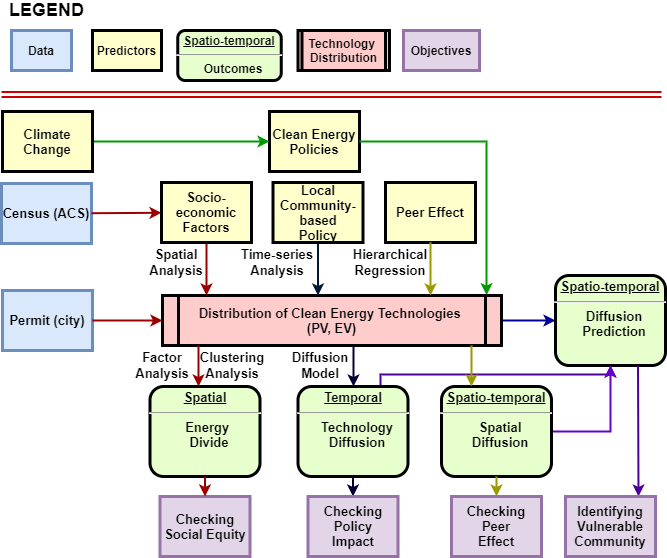
Earlier version of the draw.io export docs/Diffusion.png (reconjohn/solar). Source tidied: cells renumbered, new cells last; positions are measured from the earlier drawing's top-left corner, leaving out a move shared by most shapes.
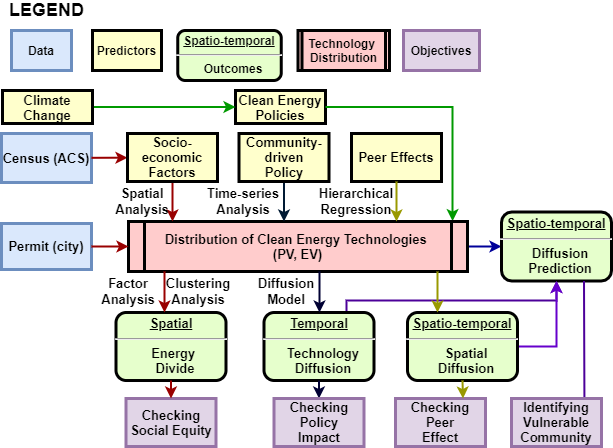
Later version of the same file.

Diff of the diagram source:
```diff
@@ -3,10 +3,10 @@
     <mxCell id="0" />
     <mxCell id="1" parent="0" />
     <mxCell id="2" value="Clean Energy&#10;Policies" style="whiteSpace=wrap;align=center;verticalAlign=middle;fontStyle=1;strokeWidth=3;fillColor=#FFFFCC;fontSize=13;" parent="1" vertex="1">
-      <mxGeometry x="268" y="111" width="90" height="60" as="geometry" />
+      <mxGeometry x="234" y="90" width="90" height="33" as="geometry" />
     </mxCell>
     <mxCell id="3" value="Census (ACS)" style="whiteSpace=wrap;align=center;verticalAlign=middle;fontStyle=1;strokeWidth=3;fillColor=#dae8fc;strokeColor=#6c8ebf;fontSize=13;" parent="1" vertex="1">
-      <mxGeometry y="183" width="90" height="60" as="geometry" />
+      <mxGeometry y="133" width="90" height="49" as="geometry" />
     </mxCell>
     <mxCell id="4" style="edgeStyle=orthogonalEdgeStyle;rounded=0;jettySize=auto;html=1;startArrow=classic;startFill=1;endArrow=none;endFill=0;strokeColor=#009900;entryX=1;entryY=0.5;entryDx=0;entryDy=0;strokeWidth=2;exitX=0.956;exitY=-0.008;exitDx=0;exitDy=0;exitPerimeter=0;" parent="1" edge="1" source="6" target="2">
       <mxGeometry relative="1" as="geometry" />
@@ -15,19 +15,19 @@
       <mxGeometry relative="1" as="geometry" />
     </mxCell>
     <mxCell id="6" value="Distribution of Clean Energy Technologies &#10;(PV, EV)" style="shape=process;whiteSpace=wrap;align=center;verticalAlign=middle;size=0.0475;fontStyle=1;strokeWidth=3;fillColor=#FFCCCC;fontSize=13;" parent="1" vertex="1">
-      <mxGeometry x="161" y="295" width="339" height="50" as="geometry" />
+      <mxGeometry x="127" y="221" width="339" height="50" as="geometry" />
     </mxCell>
     <mxCell id="7" value="&lt;p style=&quot;margin: 4px 0px 0px ; text-align: center ; text-decoration: underline ; font-size: 13px&quot;&gt;&lt;strong style=&quot;font-size: 13px&quot;&gt;Spatio-temporal&lt;/strong&gt;&lt;/p&gt;&lt;hr style=&quot;font-size: 13px&quot;&gt;&lt;p style=&quot;margin: 0px 0px 0px 8px ; font-size: 13px&quot;&gt;Diffusion&lt;/p&gt;&lt;p style=&quot;margin: 0px 0px 0px 8px ; font-size: 13px&quot;&gt;Prediction&lt;/p&gt;" style="verticalAlign=middle;align=center;overflow=fill;fontSize=13;fontFamily=Helvetica;html=1;rounded=1;fontStyle=1;strokeWidth=3;fillColor=#E6FFCC;" parent="1" vertex="1">
-      <mxGeometry x="554" y="275" width="110" height="90" as="geometry" />
+      <mxGeometry x="500" y="211.5" width="110" height="69" as="geometry" />
     </mxCell>
     <mxCell id="8" value="&lt;p style=&quot;margin: 4px 0px 0px; text-align: center; text-decoration: underline; font-size: 13px;&quot;&gt;&lt;strong style=&quot;font-size: 13px;&quot;&gt;Spatial&lt;/strong&gt;&lt;/p&gt;&lt;hr style=&quot;font-size: 13px;&quot;&gt;&lt;p style=&quot;margin: 0px 0px 0px 8px; font-size: 13px;&quot;&gt;Energy&amp;nbsp;&lt;/p&gt;&lt;p style=&quot;margin: 0px 0px 0px 8px; font-size: 13px;&quot;&gt;Divide&lt;/p&gt;" style="verticalAlign=middle;align=center;overflow=fill;fontSize=13;fontFamily=Helvetica;html=1;rounded=1;fontStyle=1;strokeWidth=3;fillColor=#E6FFCC;" parent="1" vertex="1">
-      <mxGeometry x="148.5" y="386" width="110" height="90" as="geometry" />
+      <mxGeometry x="114.5" y="312" width="110" height="68" as="geometry" />
     </mxCell>
-    <mxCell id="9" value="Peer Effect" style="whiteSpace=wrap;align=center;verticalAlign=middle;fontStyle=1;strokeWidth=3;fillColor=#FFFFCC;fontSize=13;" parent="1" vertex="1">
-      <mxGeometry x="384" y="182" width="90" height="60" as="geometry" />
+    <mxCell id="9" value="Peer Effects" style="whiteSpace=wrap;align=center;verticalAlign=middle;fontStyle=1;strokeWidth=3;fillColor=#FFFFCC;fontSize=13;" parent="1" vertex="1">
+      <mxGeometry x="350" y="133" width="90" height="48" as="geometry" />
     </mxCell>
     <mxCell id="10" value="Checking&#10;Social Equity" style="whiteSpace=wrap;align=center;verticalAlign=middle;fontStyle=1;strokeWidth=3;fillColor=#e1d5e7;strokeColor=#9673a6;fontSize=13;" parent="1" vertex="1">
-      <mxGeometry x="158.5" y="496" width="90" height="60" as="geometry" />
+      <mxGeometry x="124.5" y="398" width="90" height="48" as="geometry" />
     </mxCell>
     <mxCell id="11" style="edgeStyle=none;noEdgeStyle=1;strokeColor=#990000;strokeWidth=2;" parent="1" edge="1" source="3" target="41">
       <mxGeometry relative="1" as="geometry" />
@@ -35,13 +35,13 @@
     <mxCell id="12" style="edgeStyle=orthogonalEdgeStyle;rounded=0;jettySize=auto;html=1;startArrow=none;startFill=0;endArrow=classic;endFill=1;strokeColor=#4C0099;strokeWidth=2;exitX=0.75;exitY=0;exitDx=0;exitDy=0;entryX=0.5;entryY=1;entryDx=0;entryDy=0;" parent="1" edge="1" source="13" target="7">
       <mxGeometry relative="1" as="geometry">
         <Array as="points">
-          <mxPoint x="379" y="374" />
-          <mxPoint x="609" y="374" />
+          <mxPoint x="345" y="300" />
+          <mxPoint x="555" y="300" />
         </Array>
       </mxGeometry>
     </mxCell>
     <mxCell id="13" value="&lt;p style=&quot;margin: 4px 0px 0px; text-align: center; text-decoration: underline; font-size: 13px;&quot;&gt;&lt;strong style=&quot;font-size: 13px;&quot;&gt;Temporal&lt;/strong&gt;&lt;/p&gt;&lt;hr style=&quot;font-size: 13px;&quot;&gt;&lt;p style=&quot;margin: 0px 0px 0px 8px; font-size: 13px;&quot;&gt;Technology&lt;/p&gt;&lt;p style=&quot;margin: 0px 0px 0px 8px; font-size: 13px;&quot;&gt;Diffusion&lt;/p&gt;" style="verticalAlign=middle;align=center;overflow=fill;fontSize=13;fontFamily=Helvetica;html=1;rounded=1;fontStyle=1;strokeWidth=3;fillColor=#E6FFCC;" parent="1" vertex="1">
-      <mxGeometry x="296.5" y="386" width="110" height="90" as="geometry" />
+      <mxGeometry x="262.5" y="312" width="110" height="68" as="geometry" />
     </mxCell>
     <mxCell id="14" style="endArrow=none;noEdgeStyle=1;strokeColor=#000033;strokeWidth=2;endFill=0;startArrow=classic;startFill=1;exitX=0.5;exitY=0;exitDx=0;exitDy=0;" parent="1" edge="1" source="28" target="13">
       <mxGeometry relative="1" as="geometry" />
@@ -50,78 +50,75 @@
       <mxGeometry relative="1" as="geometry" />
     </mxCell>
     <mxCell id="16" value="Spatial &#10;Analysis" style="text;spacingTop=-5;align=center;fontStyle=1;fontSize=13;" parent="1" vertex="1">
-      <mxGeometry x="160" y="245" width="30" height="20" as="geometry" />
+      <mxGeometry x="126" y="184" width="30" height="20" as="geometry" />
     </mxCell>
     <mxCell id="17" style="edgeStyle=elbowEdgeStyle;elbow=horizontal;strokeColor=#999900;strokeWidth=2;endArrow=none;endFill=0;startArrow=classic;startFill=1;" parent="1" edge="1" source="6" target="9">
       <mxGeometry relative="1" as="geometry" />
     </mxCell>
     <mxCell id="18" value="Hierarchical &#10;Regression" style="text;spacingTop=-5;align=center;fontStyle=1;fontSize=13;" parent="1" vertex="1">
-      <mxGeometry x="374" y="245" width="30" height="20" as="geometry" />
+      <mxGeometry x="340" y="184" width="30" height="20" as="geometry" />
     </mxCell>
     <mxCell id="19" style="edgeStyle=elbowEdgeStyle;elbow=vertical;strokeColor=#990000;strokeWidth=2;" parent="1" edge="1" source="8" target="10">
       <mxGeometry relative="1" as="geometry" />
     </mxCell>
     <mxCell id="20" style="edgeStyle=elbowEdgeStyle;elbow=horizontal;strokeColor=#000033;strokeWidth=2;startArrow=none;startFill=0;endArrow=classic;endFill=1;" parent="1" edge="1" target="13">
       <mxGeometry relative="1" as="geometry">
-        <mxPoint x="352" y="345" as="sourcePoint" />
+        <mxPoint x="318" y="271" as="sourcePoint" />
         <Array as="points">
-          <mxPoint x="352" y="374" />
+          <mxPoint x="318" y="300" />
         </Array>
       </mxGeometry>
     </mxCell>
     <mxCell id="21" value="Clustering&#10;Analysis" style="text;spacingTop=-5;align=center;fontStyle=1;fontSize=13;" parent="1" vertex="1">
-      <mxGeometry x="216" y="348" width="30" height="20" as="geometry" />
+      <mxGeometry x="182" y="274" width="30" height="20" as="geometry" />
     </mxCell>
     <mxCell id="22" value="Factor&#10;Analysis" style="text;spacingTop=-5;align=center;fontStyle=1;fontSize=13;" parent="1" vertex="1">
-      <mxGeometry x="146" y="348" width="30" height="20" as="geometry" />
+      <mxGeometry x="112" y="274" width="30" height="20" as="geometry" />
     </mxCell>
     <mxCell id="23" style="edgeStyle=elbowEdgeStyle;elbow=horizontal;strokeColor=#990000;strokeWidth=2;startArrow=classic;startFill=1;endArrow=none;endFill=0;" parent="1" edge="1" source="8">
       <mxGeometry relative="1" as="geometry">
-        <mxPoint x="197" y="345" as="targetPoint" />
+        <mxPoint x="163" y="271" as="targetPoint" />
         <Array as="points">
-          <mxPoint x="197" y="374" />
+          <mxPoint x="163" y="300" />
         </Array>
       </mxGeometry>
     </mxCell>
     <mxCell id="24" value="Time-series&#10;Analysis" style="text;spacingTop=-5;align=center;fontStyle=1;fontSize=13;" parent="1" vertex="1">
-      <mxGeometry x="261" y="245" width="30" height="20" as="geometry" />
+      <mxGeometry x="227" y="184" width="30" height="20" as="geometry" />
     </mxCell>
     <mxCell id="25" value="Diffusion&#10;Model" style="text;spacingTop=-5;align=center;fontStyle=1;fontSize=13;" parent="1" vertex="1">
-      <mxGeometry x="304" y="348" width="30" height="20" as="geometry" />
+      <mxGeometry x="270" y="274" width="30" height="20" as="geometry" />
     </mxCell>
     <mxCell id="26" value="Permit (city)" style="whiteSpace=wrap;align=center;verticalAlign=middle;fontStyle=1;strokeWidth=3;fillColor=#dae8fc;strokeColor=#6c8ebf;fontSize=13;" parent="1" vertex="1">
-      <mxGeometry x="1" y="290" width="90" height="60" as="geometry" />
+      <mxGeometry y="223" width="90" height="46" as="geometry" />
     </mxCell>
-    <mxCell id="27" style="edgeStyle=none;noEdgeStyle=1;strokeColor=#990000;strokeWidth=2;" parent="1" edge="1" source="26">
-      <mxGeometry relative="1" as="geometry">
-        <mxPoint x="161" y="320" as="targetPoint" />
-      </mxGeometry>
+    <mxCell id="27" style="edgeStyle=none;noEdgeStyle=1;strokeColor=#990000;strokeWidth=2;entryX=0;entryY=0.5;entryDx=0;entryDy=0;" parent="1" edge="1" source="26" target="6">
+      <mxGeometry relative="1" as="geometry" />
     </mxCell>
     <mxCell id="28" value="Checking&#10;Policy&#10;Impact" style="whiteSpace=wrap;align=center;verticalAlign=middle;fontStyle=1;strokeWidth=3;fillColor=#e1d5e7;strokeColor=#9673a6;fontSize=13;" parent="1" vertex="1">
-      <mxGeometry x="306.5" y="496" width="90" height="60" as="geometry" />
+      <mxGeometry x="272.5" y="398" width="90" height="48" as="geometry" />
     </mxCell>
-    <mxCell id="29" style="edgeStyle=orthogonalEdgeStyle;rounded=0;jettySize=auto;html=1;startArrow=none;startFill=0;endArrow=classic;endFill=1;strokeColor=#6600CC;strokeWidth=2;" parent="1" edge="1" source="30" target="7">
-      <mxGeometry relative="1" as="geometry" />
+    <mxCell id="29" style="edgeStyle=orthogonalEdgeStyle;rounded=0;jettySize=auto;html=1;startArrow=none;startFill=0;endArrow=classic;endFill=1;strokeColor=#6600CC;strokeWidth=2;" parent="1" edge="1" target="7">
+      <mxGeometry relative="1" as="geometry">
+        <mxPoint x="496" y="346" as="sourcePoint" />
+      </mxGeometry>
     </mxCell>
     <mxCell id="30" value="&lt;p style=&quot;margin: 4px 0px 0px; text-align: center; text-decoration: underline; font-size: 13px;&quot;&gt;&lt;strong style=&quot;font-size: 13px;&quot;&gt;Spatio-temporal&lt;/strong&gt;&lt;/p&gt;&lt;hr style=&quot;font-size: 13px;&quot;&gt;&lt;p style=&quot;margin: 0px 0px 0px 8px; font-size: 13px;&quot;&gt;Spatial&lt;/p&gt;&lt;p style=&quot;margin: 0px 0px 0px 8px; font-size: 13px;&quot;&gt;Diffusion&lt;/p&gt;" style="verticalAlign=middle;align=center;overflow=fill;fontSize=13;fontFamily=Helvetica;html=1;rounded=1;fontStyle=1;strokeWidth=3;fillColor=#E6FFCC;" parent="1" vertex="1">
-      <mxGeometry x="440" y="386" width="110" height="90" as="geometry" />
+      <mxGeometry x="406" y="312" width="110" height="68" as="geometry" />
     </mxCell>
     <mxCell id="31" style="edgeStyle=elbowEdgeStyle;elbow=horizontal;strokeColor=#999900;strokeWidth=2;endArrow=none;endFill=0;startArrow=classic;startFill=1;" parent="1" edge="1" source="30" target="6">
       <mxGeometry relative="1" as="geometry" />
     </mxCell>
-    <mxCell id="32" style="endArrow=none;noEdgeStyle=1;strokeColor=#999900;strokeWidth=2;endFill=0;startArrow=classic;startFill=1;exitX=0.5;exitY=0;exitDx=0;exitDy=0;" parent="1" edge="1" source="33" target="30">
-      <mxGeometry relative="1" as="geometry" />
-    </mxCell>
     <mxCell id="33" value="Checking&#10;Peer&#10;Effect" style="whiteSpace=wrap;align=center;verticalAlign=middle;fontStyle=1;strokeWidth=3;fillColor=#e1d5e7;strokeColor=#9673a6;fontSize=13;" parent="1" vertex="1">
-      <mxGeometry x="450" y="496" width="90" height="60" as="geometry" />
+      <mxGeometry x="394" y="398" width="90" height="48" as="geometry" />
     </mxCell>
     <mxCell id="34" style="endArrow=none;noEdgeStyle=1;strokeColor=#4C0099;strokeWidth=2;endFill=0;startArrow=classic;startFill=1;entryX=0.75;entryY=1;entryDx=0;entryDy=0;" parent="1" edge="1" target="7">
       <mxGeometry relative="1" as="geometry">
-        <mxPoint x="637" y="496" as="sourcePoint" />
+        <mxPoint x="583" y="422" as="sourcePoint" />
       </mxGeometry>
     </mxCell>
     <mxCell id="35" value="Identifying&#10;Vulnerable&#10;Community" style="whiteSpace=wrap;align=center;verticalAlign=middle;fontStyle=1;strokeWidth=3;fillColor=#e1d5e7;strokeColor=#9673a6;fontSize=13;" parent="1" vertex="1">
-      <mxGeometry x="564" y="496" width="90" height="60" as="geometry" />
+      <mxGeometry x="510" y="398" width="90" height="48" as="geometry" />
     </mxCell>
     <mxCell id="36" value="&lt;p style=&quot;margin: 0px ; margin-top: 4px ; text-align: center ; text-decoration: underline&quot;&gt;Spatio-temporal&lt;/p&gt;&lt;hr&gt;&lt;p style=&quot;margin: 0px ; margin-left: 8px&quot;&gt;Outcomes&lt;/p&gt;" style="verticalAlign=middle;align=center;overflow=fill;fontSize=12;fontFamily=Helvetica;html=1;rounded=1;fontStyle=1;strokeWidth=3;fillColor=#E6FFCC;" parent="1" vertex="1">
       <mxGeometry x="176.2" y="30" width="103.5" height="50" as="geometry" />
@@ -139,33 +136,30 @@
       <mxGeometry x="402" y="30" width="76" height="40" as="geometry" />
     </mxCell>
     <mxCell id="41" value="Socio-economic&#10;Factors" style="whiteSpace=wrap;align=center;verticalAlign=middle;fontStyle=1;strokeWidth=3;fillColor=#FFFFCC;fontSize=13;" parent="1" vertex="1">
-      <mxGeometry x="160" y="182" width="90" height="60" as="geometry" />
+      <mxGeometry x="126" y="133" width="90" height="48" as="geometry" />
     </mxCell>
     <mxCell id="42" style="edgeStyle=orthogonalEdgeStyle;rounded=0;jettySize=auto;html=1;startArrow=none;startFill=0;endArrow=classic;endFill=1;strokeColor=#009900;strokeWidth=2;" parent="1" edge="1" source="43" target="2">
       <mxGeometry relative="1" as="geometry" />
     </mxCell>
     <mxCell id="43" value="Climate Change" style="whiteSpace=wrap;align=center;verticalAlign=middle;fontStyle=1;strokeWidth=3;fillColor=#FFFFCC;fontSize=13;" parent="1" vertex="1">
-      <mxGeometry x="1" y="111" width="90" height="60" as="geometry" />
+      <mxGeometry x="1" y="90" width="90" height="33" as="geometry" />
     </mxCell>
     <mxCell id="44" style="edgeStyle=orthogonalEdgeStyle;rounded=0;jettySize=auto;html=1;startArrow=none;startFill=0;endArrow=classic;endFill=1;strokeColor=#001933;strokeWidth=2;" parent="1" edge="1" source="45" target="6">
       <mxGeometry relative="1" as="geometry">
         <Array as="points">
-          <mxPoint x="316" y="284" />
-          <mxPoint x="316" y="284" />
+          <mxPoint x="282" y="223" />
+          <mxPoint x="282" y="223" />
         </Array>
       </mxGeometry>
     </mxCell>
-    <mxCell id="45" value="Local Community-based&#10;Policy" style="whiteSpace=wrap;align=center;verticalAlign=middle;fontStyle=1;strokeWidth=3;fillColor=#FFFFCC;fontSize=13;" parent="1" vertex="1">
-      <mxGeometry x="271.5" y="182" width="90" height="60" as="geometry" />
+    <mxCell id="45" value="Community-driven&#10;Policy" style="whiteSpace=wrap;align=center;verticalAlign=middle;fontStyle=1;strokeWidth=3;fillColor=#FFFFCC;fontSize=13;" parent="1" vertex="1">
+      <mxGeometry x="237.5" y="133" width="90" height="48" as="geometry" />
     </mxCell>
     <mxCell id="46" value="&lt;b&gt;&lt;font style=&quot;font-size: 18px&quot;&gt;LEGEND&lt;/font&gt;&lt;/b&gt;" style="text;html=1;align=center;verticalAlign=middle;" parent="1" vertex="1">
       <mxGeometry width="90" height="20" as="geometry" />
     </mxCell>
-    <mxCell id="47" style="shape=link;html=1;startArrow=none;startFill=0;endArrow=classic;endFill=1;strokeColor=#CC0000;strokeWidth=2;" parent="1" edge="1">
-      <mxGeometry relative="1" as="geometry">
-        <mxPoint y="94" as="sourcePoint" />
-        <mxPoint x="660" y="94" as="targetPoint" />
-      </mxGeometry>
-    </mxCell>
+    <mxCell id="32" style="endArrow=none;noEdgeStyle=1;strokeColor=#999900;strokeWidth=2;endFill=0;startArrow=classic;startFill=1;exitX=0.75;exitY=0;exitDx=0;exitDy=0;entryX=0.5;entryY=1;entryDx=0;entryDy=0;" parent="1" edge="1" source="33" target="30">
+      <mxGeometry relative="1" as="geometry" />
+    </mxCell>
   </root>
 </mxGraphModel>
```
